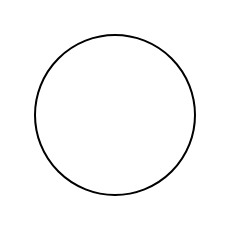
Before: Search System.drawio in samiframadhan/drawio, a draw.io diagram. Source tidied: cells renumbered, new cells numbered last; positions are measured from the earlier drawing's top-left corner, leaving out a move shared by most shapes. Both pictures are drawn from the tidied source at 200%, with x=0, y=0 at pixel (34, 34).
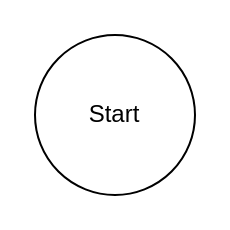
The same page after the edit.

The edit, as a diff of the source:
```diff
@@
 <mxGraphModel>
   <root>
     <mxCell id="0" />
     <mxCell id="1" parent="0" />
-    <mxCell id="2" style="ellipse;whiteSpace=wrap;html=1;" parent="1" vertex="1">
+    <mxCell id="2" value="Start" style="ellipse;whiteSpace=wrap;html=1;" parent="1" vertex="1">
       <mxGeometry width="80" height="80" as="geometry" />
     </mxCell>
   </root>
 </mxGraphModel>
```
